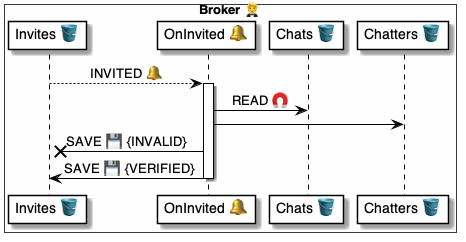
Earlier version of the PlantUML export 4 ⚙️ Solution/20 🧑‍🦰 UI/Brokers 🤵/🤵🪣 Broker tables/Invites 🤲 table/🪣🧱 1 Invited 🔔/🤵 OnInviteInvited ⚙️ uml.png (pollyweb-org/pollyweb-docs). Its source is kept beside it as 4 ⚙️ Solution/20 🧑‍🦰 UI/Brokers 🤵/🤵🪣 Broker tables/Invites 🤲 table/🪣🧱 1 Invited 🔔/🤵 OnInviteInvited ⚙️ uml.puml. Its diagram source:
```plantuml
@startuml OnInviteInvited

box "Broker 🤵" #FFFFFA
    participant "Invites 🪣" as invites
    participant "OnInvited 🔔" as broker
    participant "Chats 🪣" as chats
    participant "Chatters 🪣" as chatters
end box


invites --> broker: INVITED 🔔

activate broker
    broker -> chats: READ 🧲
    broker -> chatters:
    broker -x invites: SAVE 💾 {INVALID}
    broker -> invites: SAVE 💾 {VERIFIED}
deactivate broker

@enduml
```
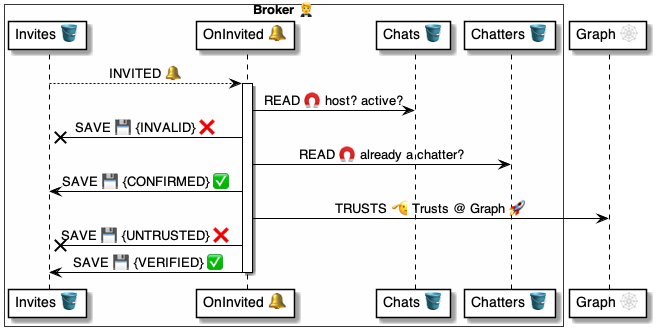
The same diagram one commit later.

Change to the diagram source:
```diff
@@ -6,15 +6,19 @@
     participant "Chats 🪣" as chats
     participant "Chatters 🪣" as chatters
 end box
+participant "Graph 🕸" as graph
 
 
 invites --> broker: INVITED 🔔
 
 activate broker
-    broker -> chats: READ 🧲
-    broker -> chatters:
-    broker -x invites: SAVE 💾 {INVALID}
-    broker -> invites: SAVE 💾 {VERIFIED}
+    broker -> chats: READ 🧲 host? active?
+    broker -x invites: SAVE 💾 {INVALID} ❌
+    broker -> chatters: READ 🧲 already a chatter?
+    broker -> invites: SAVE 💾 {CONFIRMED} ✅
+    broker -> graph: TRUSTS 🫡 Trusts @ Graph 🚀
+    broker -x invites: SAVE 💾 {UNTRUSTED} ❌
+    broker -> invites: SAVE 💾 {VERIFIED} ✅
 deactivate broker
 
 @enduml
```
